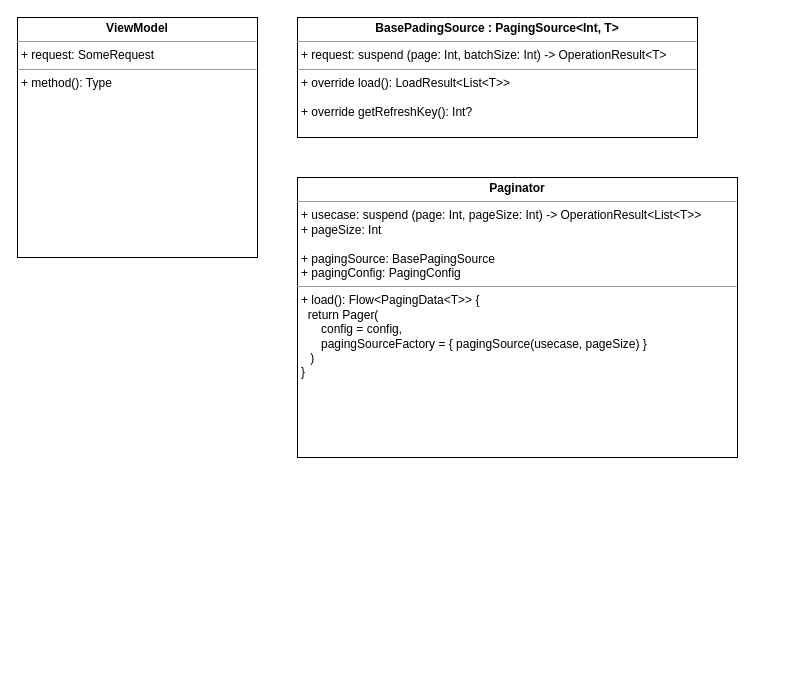
Earlier version of the draw.io diagram feature/Пагинатор.drawio (ShiryaevNikolay/diagrams). Source tidied: cells renumbered, new cells numbered last; positions are measured from the earlier drawing's top-left corner, leaving out a move shared by most shapes. Both pictures are drawn from the tidied source at 100%, with x=0, y=0 at pixel (17, 17).
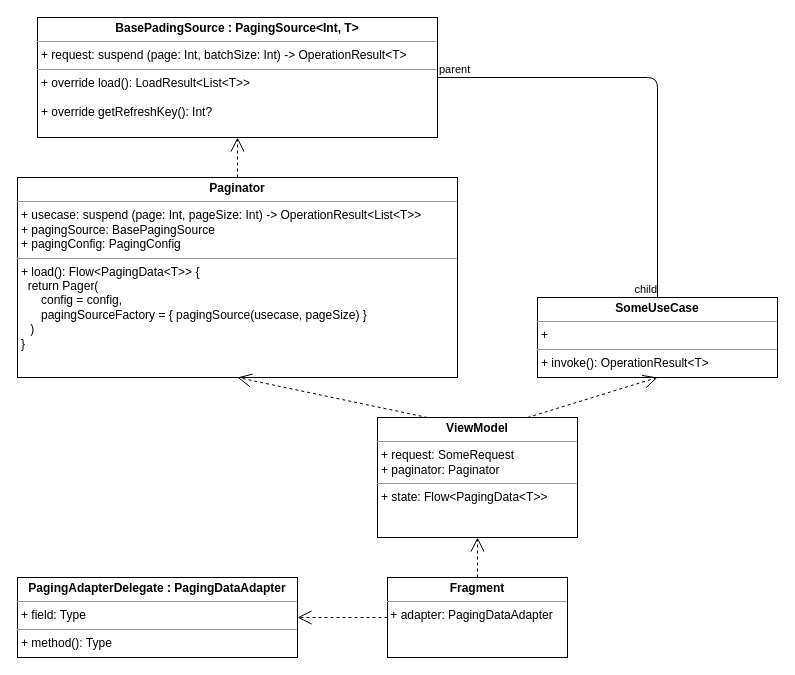
After the change.

What changed in the source:
```diff
@@
 <mxGraphModel>
   <root>
     <mxCell id="0" />
     <mxCell id="1" parent="0" />
-    <mxCell id="2" value="&lt;p style=&quot;margin:0px;margin-top:4px;text-align:center;&quot;&gt;&lt;b&gt;ViewModel&lt;/b&gt;&lt;br&gt;&lt;/p&gt;&lt;hr size=&quot;1&quot;&gt;&lt;p style=&quot;margin:0px;margin-left:4px;&quot;&gt;+ request: SomeRequest&lt;/p&gt;&lt;hr size=&quot;1&quot;&gt;&lt;p style=&quot;margin:0px;margin-left:4px;&quot;&gt;+ method(): Type&lt;/p&gt;" style="verticalAlign=top;align=left;overflow=fill;fontSize=12;fontFamily=Helvetica;html=1;whiteSpace=wrap;" parent="1" vertex="1">
-      <mxGeometry width="240" height="240" as="geometry" />
+    <mxCell id="2" value="&lt;p style=&quot;margin:0px;margin-top:4px;text-align:center;&quot;&gt;&lt;b&gt;ViewModel&lt;/b&gt;&lt;br&gt;&lt;/p&gt;&lt;hr size=&quot;1&quot;&gt;&lt;p style=&quot;margin:0px;margin-left:4px;&quot;&gt;+ request: SomeRequest&lt;/p&gt;&lt;p style=&quot;margin:0px;margin-left:4px;&quot;&gt;+ paginator: Paginator&lt;br&gt;&lt;/p&gt;&lt;hr size=&quot;1&quot;&gt;&lt;p style=&quot;margin:0px;margin-left:4px;&quot;&gt;+ state: Flow&amp;lt;PagingData&amp;lt;T&amp;gt;&amp;gt;&lt;/p&gt;" style="verticalAlign=top;align=left;overflow=fill;fontSize=12;fontFamily=Helvetica;html=1;whiteSpace=wrap;" parent="1" vertex="1">
+      <mxGeometry x="360" y="400" width="200" height="120" as="geometry" />
     </mxCell>
     <mxCell id="3" value="&lt;p style=&quot;margin:0px;margin-top:4px;text-align:center;&quot;&gt;&lt;b&gt;BasePadingSource : PagingSource&amp;lt;Int, T&amp;gt;&lt;br&gt;&lt;/b&gt;&lt;/p&gt;&lt;hr size=&quot;1&quot;&gt;&lt;p style=&quot;margin:0px;margin-left:4px;&quot;&gt;+ request: suspend (page: Int, batchSize: Int) -&amp;gt; OperationResult&amp;lt;T&amp;gt;&lt;br&gt;&lt;/p&gt;&lt;hr size=&quot;1&quot;&gt;&lt;p style=&quot;margin:0px;margin-left:4px;&quot;&gt;+ override load(): LoadResult&amp;lt;List&amp;lt;T&amp;gt;&amp;gt;&lt;br&gt;&lt;/p&gt;&lt;p style=&quot;margin:0px;margin-left:4px;&quot;&gt;&lt;br&gt;&lt;/p&gt;&lt;p style=&quot;margin:0px;margin-left:4px;&quot;&gt;+ override getRefreshKey(): Int?&lt;br&gt;&lt;/p&gt;" style="verticalAlign=top;align=left;overflow=fill;fontSize=12;fontFamily=Helvetica;html=1;whiteSpace=wrap;" parent="1" vertex="1">
-      <mxGeometry x="280" width="400" height="120" as="geometry" />
+      <mxGeometry x="20" width="400" height="120" as="geometry" />
     </mxCell>
-    <mxCell id="4" value="&lt;p style=&quot;margin:0px;margin-top:4px;text-align:center;&quot;&gt;&lt;b&gt;Paginator&lt;/b&gt;&lt;br&gt;&lt;/p&gt;&lt;hr size=&quot;1&quot;&gt;&lt;p style=&quot;margin:0px;margin-left:4px;&quot;&gt;+ usecase: suspend (page: Int, pageSize: Int) -&amp;gt; OperationResult&amp;lt;List&amp;lt;T&amp;gt;&amp;gt;&lt;br&gt;&lt;/p&gt;&lt;p style=&quot;margin:0px;margin-left:4px;&quot;&gt;+ pageSize: Int&lt;/p&gt;&lt;br&gt;&lt;p style=&quot;margin:0px;margin-left:4px;&quot;&gt;+ pagingSource: BasePagingSource&lt;/p&gt;&lt;p style=&quot;margin:0px;margin-left:4px;&quot;&gt;+ pagingConfig: PagingConfig&lt;/p&gt;&lt;p style=&quot;margin:0px;margin-left:4px;&quot;&gt;&lt;/p&gt;&lt;hr size=&quot;1&quot;&gt;&lt;p style=&quot;margin:0px;margin-left:4px;&quot;&gt;+ load(): Flow&amp;lt;PagingData&amp;lt;T&amp;gt;&amp;gt; {&lt;/p&gt;&lt;p style=&quot;margin:0px;margin-left:4px;&quot;&gt;&amp;nbsp; return Pager(&lt;/p&gt;&lt;p style=&quot;margin:0px;margin-left:4px;&quot;&gt;&amp;nbsp;&amp;nbsp;&amp;nbsp;&amp;nbsp;&amp;nbsp; config = config,&lt;/p&gt;&lt;p style=&quot;margin:0px;margin-left:4px;&quot;&gt;&amp;nbsp;&amp;nbsp;&amp;nbsp;&amp;nbsp;&amp;nbsp; pagingSourceFactory = { pagingSource(usecase, pageSize) }&lt;br&gt;&lt;/p&gt;&amp;nbsp;&amp;nbsp;&amp;nbsp; )&lt;p style=&quot;margin:0px;margin-left:4px;&quot;&gt;}&lt;/p&gt;" style="verticalAlign=top;align=left;overflow=fill;fontSize=12;fontFamily=Helvetica;html=1;whiteSpace=wrap;" parent="1" vertex="1">
-      <mxGeometry x="280" y="160" width="440" height="280" as="geometry" />
+    <mxCell id="4" value="&lt;p style=&quot;margin:0px;margin-top:4px;text-align:center;&quot;&gt;&lt;b&gt;Paginator&lt;/b&gt;&lt;br&gt;&lt;/p&gt;&lt;hr size=&quot;1&quot;&gt;&lt;p style=&quot;margin:0px;margin-left:4px;&quot;&gt;+ usecase: suspend (page: Int, pageSize: Int) -&amp;gt; OperationResult&amp;lt;List&amp;lt;T&amp;gt;&amp;gt;&lt;br&gt;&lt;/p&gt;&lt;p style=&quot;margin:0px;margin-left:4px;&quot;&gt;+ pagingSource: BasePagingSource&lt;/p&gt;&lt;p style=&quot;margin:0px;margin-left:4px;&quot;&gt;+ pagingConfig: PagingConfig&lt;/p&gt;&lt;p style=&quot;margin:0px;margin-left:4px;&quot;&gt;&lt;/p&gt;&lt;hr size=&quot;1&quot;&gt;&lt;p style=&quot;margin:0px;margin-left:4px;&quot;&gt;+ load(): Flow&amp;lt;PagingData&amp;lt;T&amp;gt;&amp;gt; {&lt;/p&gt;&lt;p style=&quot;margin:0px;margin-left:4px;&quot;&gt;&amp;nbsp; return Pager(&lt;/p&gt;&lt;p style=&quot;margin:0px;margin-left:4px;&quot;&gt;&amp;nbsp;&amp;nbsp;&amp;nbsp;&amp;nbsp;&amp;nbsp; config = config,&lt;/p&gt;&lt;p style=&quot;margin:0px;margin-left:4px;&quot;&gt;&amp;nbsp;&amp;nbsp;&amp;nbsp;&amp;nbsp;&amp;nbsp; pagingSourceFactory = { pagingSource(usecase, pageSize) }&lt;br&gt;&lt;/p&gt;&amp;nbsp;&amp;nbsp;&amp;nbsp; )&lt;p style=&quot;margin:0px;margin-left:4px;&quot;&gt;}&lt;/p&gt;" style="verticalAlign=top;align=left;overflow=fill;fontSize=12;fontFamily=Helvetica;html=1;whiteSpace=wrap;" parent="1" vertex="1">
+      <mxGeometry y="160" width="440" height="200" as="geometry" />
     </mxCell>
+    <mxCell id="5" value="&lt;p style=&quot;margin:0px;margin-top:4px;text-align:center;&quot;&gt;&lt;b&gt;SomeUseCase&lt;/b&gt;&lt;/p&gt;&lt;hr size=&quot;1&quot;&gt;&lt;p style=&quot;margin:0px;margin-left:4px;&quot;&gt;+ &lt;br&gt;&lt;/p&gt;&lt;hr size=&quot;1&quot;&gt;&lt;p style=&quot;margin:0px;margin-left:4px;&quot;&gt;+ invoke(): OperationResult&amp;lt;T&amp;gt;&lt;/p&gt;" style="verticalAlign=top;align=left;overflow=fill;fontSize=12;fontFamily=Helvetica;html=1;whiteSpace=wrap;" parent="1" vertex="1">
+      <mxGeometry x="520" y="280" width="240" height="80" as="geometry" />
+    </mxCell>
+    <mxCell id="6" style="endArrow=open;endSize=12;dashed=1;html=1;entryX=0.5;entryY=1;entryDx=0;entryDy=0;exitX=0.75;exitY=0;exitDx=0;exitDy=0;" parent="1" edge="1" source="2" target="5">
+      <mxGeometry relative="1" as="geometry" />
+    </mxCell>
+    <mxCell id="7" style="endArrow=open;endSize=12;dashed=1;html=1;exitX=0.25;exitY=0;exitDx=0;exitDy=0;entryX=0.5;entryY=1;entryDx=0;entryDy=0;" parent="1" edge="1" source="2" target="4">
+      <mxGeometry relative="1" as="geometry" />
+    </mxCell>
+    <mxCell id="8" style="endArrow=open;endSize=12;dashed=1;html=1;exitX=0.5;exitY=0;exitDx=0;exitDy=0;entryX=0.5;entryY=1;entryDx=0;entryDy=0;" parent="1" edge="1" source="4" target="3">
+      <mxGeometry relative="1" as="geometry" />
+    </mxCell>
+    <mxCell id="9" style="endArrow=none;html=1;edgeStyle=orthogonalEdgeStyle;exitX=1;exitY=0.5;exitDx=0;exitDy=0;entryX=0.5;entryY=0;entryDx=0;entryDy=0;" parent="1" edge="1" source="3" target="5">
+      <mxGeometry relative="1" as="geometry" />
+    </mxCell>
+    <mxCell id="10" value="parent" style="edgeLabel;html=1;align=left;verticalAlign=bottom;" parent="9" vertex="1">
+      <mxGeometry x="-1" relative="1" as="geometry" />
+    </mxCell>
+    <mxCell id="11" value="child" style="edgeLabel;html=1;align=right;verticalAlign=bottom;" parent="9" vertex="1">
+      <mxGeometry x="1" relative="1" as="geometry" />
+    </mxCell>
+    <mxCell id="12" value="&lt;p style=&quot;margin:0px;margin-top:4px;text-align:center;&quot;&gt;&lt;b&gt;PagingAdapterDelegate : PagingDataAdapter&lt;/b&gt;&lt;br&gt;&lt;/p&gt;&lt;hr size=&quot;1&quot;&gt;&lt;p style=&quot;margin:0px;margin-left:4px;&quot;&gt;+ field: Type&lt;/p&gt;&lt;hr size=&quot;1&quot;&gt;&lt;p style=&quot;margin:0px;margin-left:4px;&quot;&gt;+ method(): Type&lt;/p&gt;" style="verticalAlign=top;align=left;overflow=fill;fontSize=12;fontFamily=Helvetica;html=1;whiteSpace=wrap;" parent="1" vertex="1">
+      <mxGeometry y="560" width="280" height="80" as="geometry" />
+    </mxCell>
+    <mxCell id="13" value="&lt;p style=&quot;margin:0px;margin-top:4px;text-align:center;&quot;&gt;&lt;b&gt;Fragment&lt;/b&gt;&lt;/p&gt;&lt;hr size=&quot;1&quot;&gt;&lt;div style=&quot;height:2px;&quot;&gt;&amp;nbsp;+ adapter: PagingDataAdapter&lt;br&gt;&lt;/div&gt;" style="verticalAlign=top;align=left;overflow=fill;fontSize=12;fontFamily=Helvetica;html=1;whiteSpace=wrap;" parent="1" vertex="1">
+      <mxGeometry x="370" y="560" width="180" height="80" as="geometry" />
+    </mxCell>
+    <mxCell id="14" style="endArrow=open;endSize=12;dashed=1;html=1;entryX=0.5;entryY=1;entryDx=0;entryDy=0;exitX=0.5;exitY=0;exitDx=0;exitDy=0;" parent="1" edge="1" source="13" target="2">
+      <mxGeometry relative="1" as="geometry" />
+    </mxCell>
+    <mxCell id="15" style="endArrow=open;endSize=12;dashed=1;html=1;exitX=0;exitY=0.5;exitDx=0;exitDy=0;entryX=1;entryY=0.5;entryDx=0;entryDy=0;" parent="1" edge="1" source="13" target="12">
+      <mxGeometry relative="1" as="geometry" />
+    </mxCell>
   </root>
 </mxGraphModel>
```
